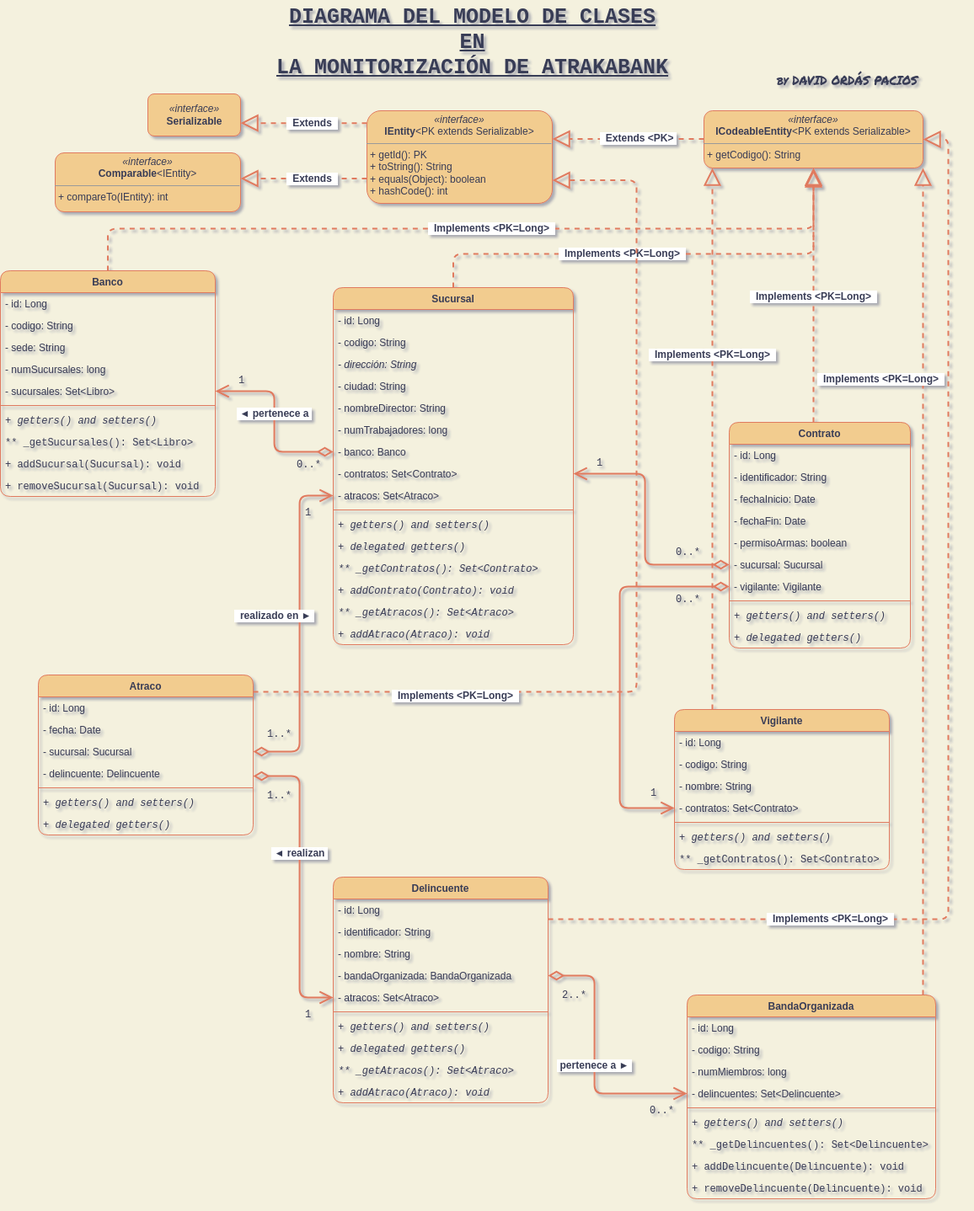
Above: diagrams/atrakabank-Diagrama_clases.drawio.png in davorpa/atrakabank-jpa-hibernate-console (draw.io), before the change. Source tidied: cells renumbered, new cells last; positions are measured from the earlier drawing's top-left corner, leaving out a move shared by most shapes.
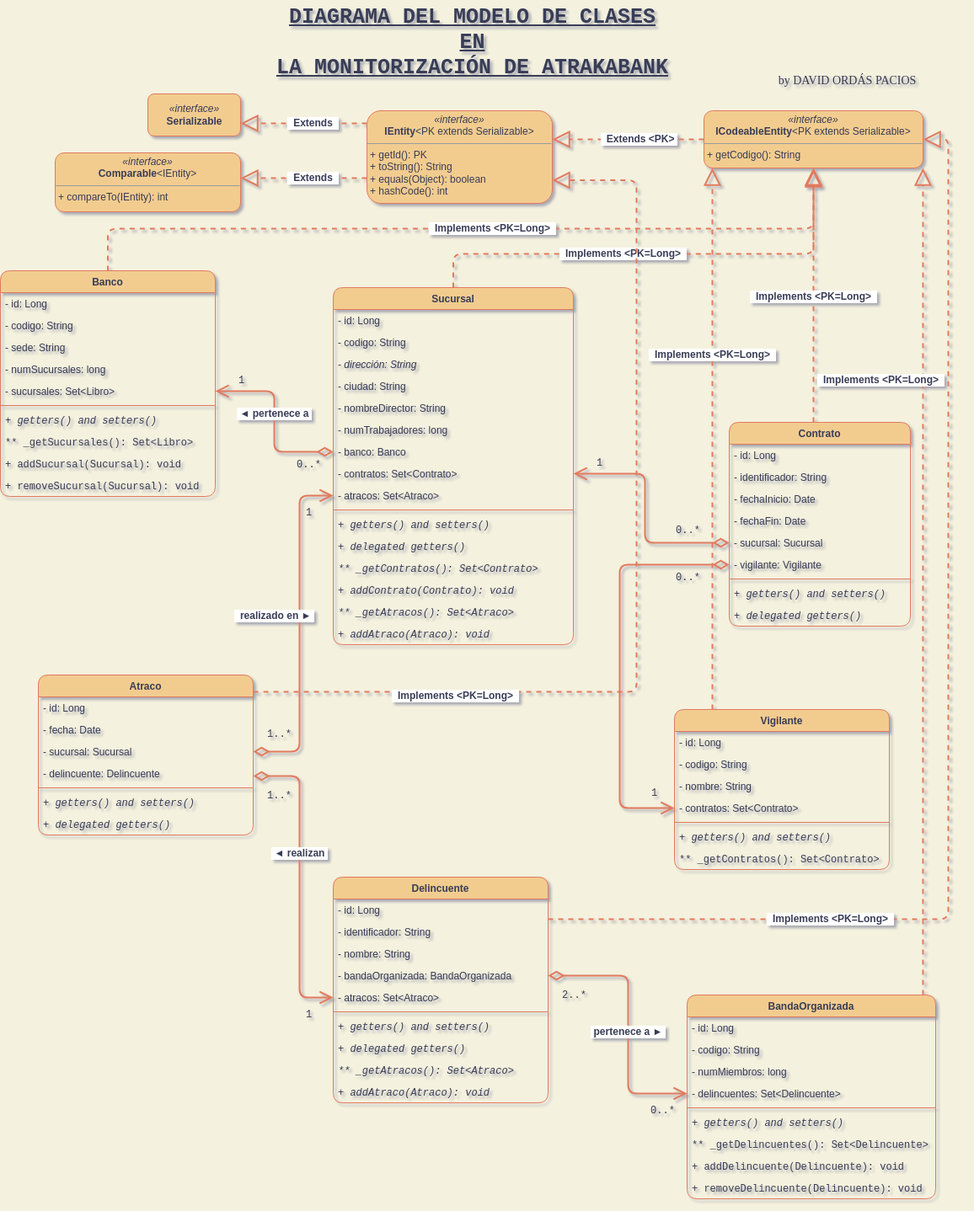
Later version of the same file.

What changed in the source:
```diff
@@ -66,8 +66,8 @@
     <mxCell id="16" value="&amp;nbsp;pertenece a&amp;nbsp;►&amp;nbsp;" style="endArrow=open;html=1;endSize=12;startArrow=diamondThin;startSize=14;startFill=0;edgeStyle=orthogonalEdgeStyle;rounded=1;fontFamily=Helvetica;fontSize=12;fontColor=#393C56;strokeColor=#E07A5F;strokeWidth=2;fillColor=#F2CC8F;elbow=vertical;fontStyle=1;entryX=0;entryY=0.5;entryDx=0;entryDy=0;" parent="1" edge="1" source="94" target="84">
       <mxGeometry x="0.06" relative="1" as="geometry">
         <Array as="points">
-          <mxPoint x="705" y="1158" />
-          <mxPoint x="705" y="1298" />
+          <mxPoint x="745" y="1158" />
+          <mxPoint x="745" y="1298" />
         </Array>
       </mxGeometry>
     </mxCell>
@@ -109,7 +109,7 @@
     <mxCell id="22" style="endArrow=open;html=1;endSize=12;startArrow=diamondThin;startSize=14;startFill=0;edgeStyle=orthogonalEdgeStyle;rounded=1;fontFamily=Helvetica;fontSize=12;fontColor=#393C56;strokeColor=#E07A5F;strokeWidth=2;fillColor=#F2CC8F;elbow=vertical;fontStyle=1;" parent="1" edge="1" source="66" target="51">
       <mxGeometry x="0.43" y="27" relative="1" as="geometry">
         <Array as="points">
-          <mxPoint x="765" y="670" />
+          <mxPoint x="765" y="644" />
           <mxPoint x="765" y="562" />
         </Array>
       </mxGeometry>
@@ -127,7 +127,7 @@
     <mxCell id="25" style="endArrow=open;html=1;endSize=12;startArrow=diamondThin;startSize=14;startFill=0;edgeStyle=orthogonalEdgeStyle;rounded=1;fontFamily=Helvetica;fontSize=12;fontColor=#393C56;strokeColor=#E07A5F;strokeWidth=2;fillColor=#F2CC8F;elbow=vertical;fontStyle=1;entryX=0;entryY=0.5;entryDx=0;entryDy=0;" parent="1" edge="1" source="67" target="76">
       <mxGeometry x="0.43" y="27" relative="1" as="geometry">
         <Array as="points">
-          <mxPoint x="735" y="696" />
+          <mxPoint x="735" y="670" />
           <mxPoint x="735" y="959" />
         </Array>
       </mxGeometry>
@@ -265,7 +265,7 @@
       <mxGeometry y="398" width="285" height="26" as="geometry" />
     </mxCell>
     <mxCell id="60" value="Contrato" style="swimlane;fontStyle=1;align=center;verticalAlign=top;horizontal=1;startSize=26;rounded=1;fontSize=12;fontColor=#393C56;strokeColor=#E07A5F;fillColor=#F2CC8F;" parent="1" vertex="1">
-      <mxGeometry x="865" y="501" width="215" height="268" as="geometry" />
+      <mxGeometry x="865" y="501" width="215" height="242" as="geometry" />
     </mxCell>
     <mxCell id="61" value="- id: Long" style="text;strokeColor=none;fillColor=none;align=left;verticalAlign=top;spacingLeft=4;spacingRight=4;overflow=hidden;rounded=1;fontSize=12;fontColor=#393C56;" parent="60" vertex="1">
       <mxGeometry y="26" width="215" height="26" as="geometry" />
@@ -279,23 +279,20 @@
     <mxCell id="64" value="- fechaFin: Date" style="text;strokeColor=none;fillColor=none;align=left;verticalAlign=top;spacingLeft=4;spacingRight=4;overflow=hidden;rounded=1;fontSize=12;fontColor=#393C56;" parent="60" vertex="1">
       <mxGeometry y="104" width="215" height="26" as="geometry" />
     </mxCell>
-    <mxCell id="65" value="- permisoArmas: boolean" style="text;strokeColor=none;fillColor=none;align=left;verticalAlign=top;spacingLeft=4;spacingRight=4;overflow=hidden;rounded=1;fontSize=12;fontColor=#393C56;" parent="60" vertex="1">
-      <mxGeometry y="130" width="215" height="26" as="geometry" />
-    </mxCell>
     <mxCell id="66" value="- sucursal: Sucursal" style="text;strokeColor=none;fillColor=none;align=left;verticalAlign=top;spacingLeft=4;spacingRight=4;overflow=hidden;points=[[0,0.5],[1,0.5]];portConstraint=eastwest;rounded=1;fontSize=12;fontColor=#393C56;" parent="60" vertex="1">
-      <mxGeometry y="156" width="215" height="26" as="geometry" />
+      <mxGeometry y="130" width="215" height="26" as="geometry" />
     </mxCell>
     <mxCell id="67" value="- vigilante: Vigilante" style="text;strokeColor=none;fillColor=none;align=left;verticalAlign=top;spacingLeft=4;spacingRight=4;overflow=hidden;points=[[0,0.5],[1,0.5]];portConstraint=eastwest;rounded=1;fontSize=12;fontColor=#393C56;" parent="60" vertex="1">
-      <mxGeometry y="182" width="215" height="26" as="geometry" />
+      <mxGeometry y="156" width="215" height="26" as="geometry" />
     </mxCell>
     <mxCell id="68" style="line;strokeWidth=1;fillColor=none;align=left;verticalAlign=middle;spacingTop=-1;spacingLeft=3;spacingRight=3;labelPosition=right;rounded=1;fontSize=12;fontColor=#393C56;strokeColor=#E07A5F;" parent="60" vertex="1">
-      <mxGeometry y="208" width="215" height="8" as="geometry" />
+      <mxGeometry y="182" width="215" height="8" as="geometry" />
     </mxCell>
     <mxCell id="69" value="+ getters() and setters()" style="text;strokeColor=none;fillColor=none;align=left;verticalAlign=top;spacingLeft=4;spacingRight=4;overflow=hidden;rounded=1;fontSize=12;fontColor=#393C56;sketch=0;shadow=0;glass=0;fontStyle=2;fontFamily=Courier New;" parent="60" vertex="1">
-      <mxGeometry y="216" width="215" height="26" as="geometry" />
+      <mxGeometry y="190" width="215" height="26" as="geometry" />
     </mxCell>
     <mxCell id="70" value="+ delegated getters()" style="text;strokeColor=none;fillColor=none;align=left;verticalAlign=top;spacingLeft=4;spacingRight=4;overflow=hidden;rounded=1;fontSize=12;fontColor=#393C56;sketch=0;shadow=0;glass=0;fontStyle=2;fontFamily=Courier New;" parent="60" vertex="1">
-      <mxGeometry y="242" width="215" height="26" as="geometry" />
+      <mxGeometry y="216" width="215" height="26" as="geometry" />
     </mxCell>
     <mxCell id="71" value="&lt;font style=&quot;font-size: 12px&quot;&gt;&lt;b&gt;&amp;nbsp; Implements &amp;lt;PK=Long&amp;gt;&amp;nbsp;&amp;nbsp;&lt;/b&gt;&lt;/font&gt;" style="endArrow=block;endSize=16;endFill=0;html=1;rounded=1;dashed=1;fontColor=#393C56;strokeColor=#E07A5F;strokeWidth=2;fillColor=#F2CC8F;edgeStyle=elbowEdgeStyle;elbow=vertical;exitX=0.5;exitY=0;exitDx=0;exitDy=0;" parent="1" edge="1" source="101" target="8">
       <mxGeometry x="0.06" relative="1" as="geometry">
```
